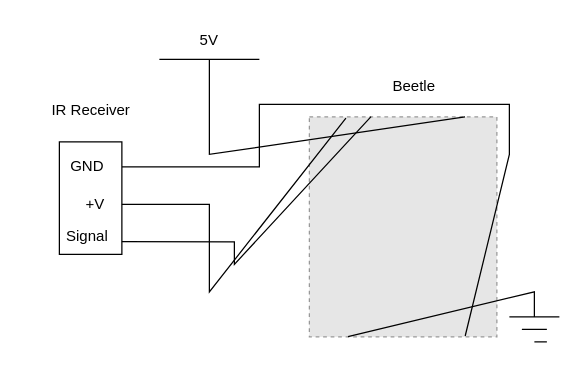
Earlier version of the draw.io diagram page "figure 1" (1 of 4) of Untitled Diagram.drawio (e0425705/Notes). Source tidied: cells renumbered, new cells numbered last; positions are measured from the earlier drawing's top-left corner, leaving out a move shared by most shapes. Both pictures are drawn from the tidied source at 125%, with x=0, y=0 at pixel (21, 21). Pictures stored in the file or linked from it are replaced by grey dashed boxes.
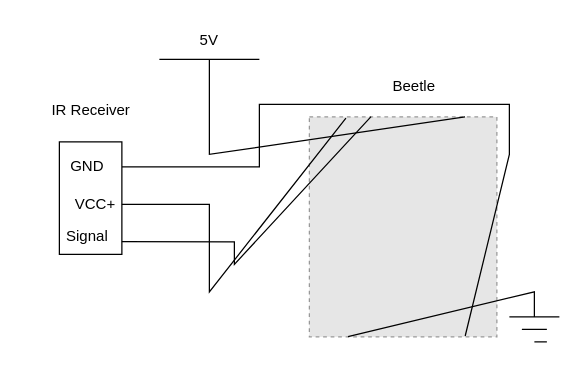
The same page after the edit.

What changed in the source:
```diff
@@
-    <mxCell id="17" value="+V" style="text;html=1;strokeColor=none;fillColor=none;align=center;verticalAlign=middle;whiteSpace=wrap;rounded=0;" parent="1" vertex="1">
+    <mxCell id="17" value="VCC+" style="text;html=1;strokeColor=none;fillColor=none;align=center;verticalAlign=middle;whiteSpace=wrap;rounded=0;" parent="1" vertex="1">
       <mxGeometry x="29" y="131" width="60" height="30" as="geometry" />
     </mxCell>
```
